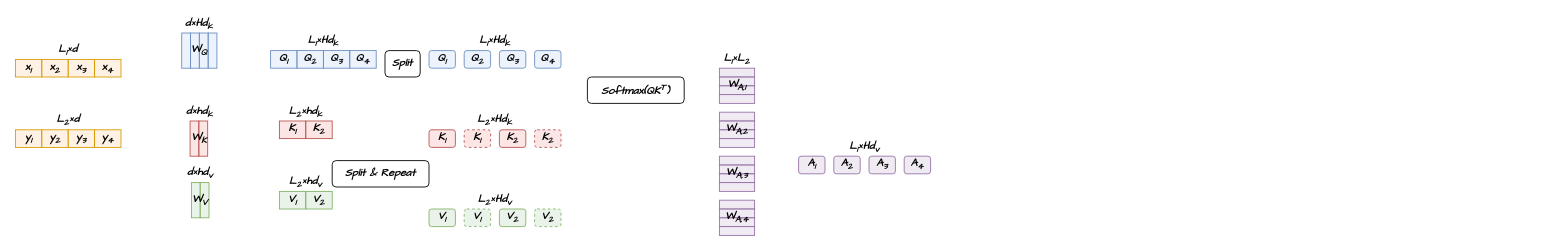
Before: page "第 2 页" (2 of 2) of 未命名绘图2.drawio in ZhangzeqingCN/api-project, a draw.io diagram. Source tidied: cells renumbered, new cells numbered last; positions are measured from the earlier drawing's top-left corner, leaving out a move shared by most shapes. Both pictures are drawn from the tidied source at 88%, with x=0, y=0 at pixel (15, 15).
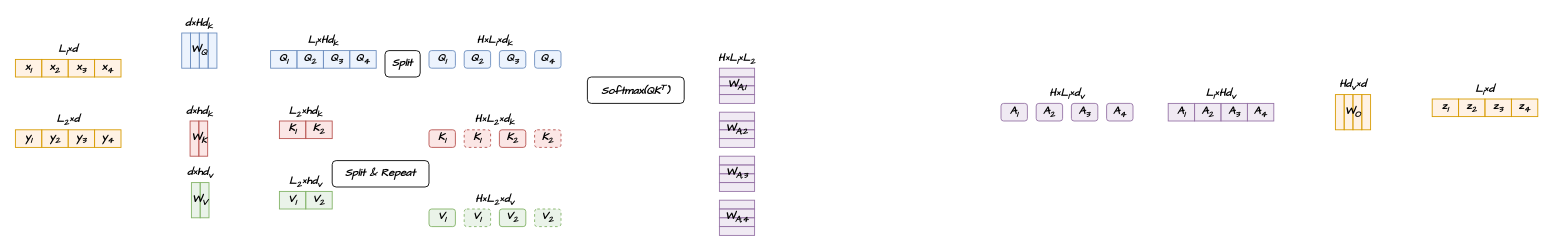
After the change.

Commit message (it also covers changes not shown here):
更新未命名绘图2.drawio

Unchanged cells that the change refers to:
```xml
<mxCell id="42" style="group;rounded=1;" parent="1" vertex="1">
  <mxGeometry x="470" y="20" width="150" height="40" as="geometry" />
</mxCell>
<mxCell id="48" style="group;rounded=1;" parent="1" vertex="1">
  <mxGeometry x="470" y="200" width="150" height="40" as="geometry" />
</mxCell>
<mxCell id="54" style="group;rounded=1;" parent="1" vertex="1">
  <mxGeometry x="470" y="110" width="150" height="40" as="geometry" />
</mxCell>
```

The edit, as a diff of the source:
```diff
@@
-    <mxCell id="47" value="&lt;font&gt;&lt;span&gt;&lt;span&gt;L&lt;sub&gt;1&lt;/sub&gt;×Hd&lt;sub&gt;k&lt;/sub&gt;&lt;/span&gt;&lt;/span&gt;&lt;/font&gt;" style="text;html=1;align=center;verticalAlign=middle;whiteSpace=wrap;rounded=1;fontFamily=Comic Sans MS;fontStyle=3;" parent="42" vertex="1">
+    <mxCell id="47" value="&lt;font&gt;H×&lt;span&gt;&lt;span&gt;L&lt;sub&gt;1&lt;/sub&gt;×&lt;/span&gt;&lt;/span&gt;&lt;span&gt;&lt;span&gt;d&lt;sub&gt;k&lt;/sub&gt;&lt;/span&gt;&lt;/span&gt;&lt;/font&gt;" style="text;html=1;align=center;verticalAlign=middle;whiteSpace=wrap;rounded=1;fontFamily=Comic Sans MS;fontStyle=3;" parent="42" vertex="1">
       <mxGeometry width="150" height="20" as="geometry" />
     </mxCell>
@@
-    <mxCell id="51" value="&lt;font&gt;&lt;span&gt;&lt;span&gt;L&lt;sub&gt;2&lt;/sub&gt;×Hd&lt;sub&gt;v&lt;/sub&gt;&lt;/span&gt;&lt;/span&gt;&lt;/font&gt;" style="text;html=1;align=center;verticalAlign=middle;whiteSpace=wrap;rounded=1;fontFamily=Comic Sans MS;fontStyle=3;" parent="48" vertex="1">
+    <mxCell id="51" value="&lt;font&gt;H×&lt;span&gt;&lt;span&gt;L&lt;sub&gt;2&lt;/sub&gt;×d&lt;sub&gt;v&lt;/sub&gt;&lt;/span&gt;&lt;/span&gt;&lt;/font&gt;" style="text;html=1;align=center;verticalAlign=middle;whiteSpace=wrap;rounded=1;fontFamily=Comic Sans MS;fontStyle=3;" parent="48" vertex="1">
       <mxGeometry width="150" height="20" as="geometry" />
     </mxCell>
@@
-    <mxCell id="57" value="&lt;font&gt;&lt;span&gt;&lt;span&gt;L&lt;sub&gt;2&lt;/sub&gt;×Hd&lt;sub&gt;k&lt;/sub&gt;&lt;/span&gt;&lt;/span&gt;&lt;/font&gt;" style="text;html=1;align=center;verticalAlign=middle;whiteSpace=wrap;rounded=1;fontFamily=Comic Sans MS;fontStyle=3;" parent="54" vertex="1">
+    <mxCell id="57" value="&lt;font&gt;H×&lt;span&gt;&lt;span&gt;L&lt;sub&gt;2&lt;/sub&gt;&lt;/span&gt;&lt;/span&gt;×&lt;span&gt;&lt;span&gt;d&lt;sub&gt;k&lt;/sub&gt;&lt;/span&gt;&lt;/span&gt;&lt;/font&gt;" style="text;html=1;align=center;verticalAlign=middle;whiteSpace=wrap;rounded=1;fontFamily=Comic Sans MS;fontStyle=3;" parent="54" vertex="1">
       <mxGeometry width="150" height="20" as="geometry" />
     </mxCell>
@@
-    <mxCell id="80" value="&lt;font&gt;&lt;span&gt;&lt;span&gt;L&lt;sub&gt;1&lt;/sub&gt;&lt;/span&gt;&lt;/span&gt;&lt;/font&gt;×L&lt;sub&gt;2&lt;/sub&gt;" style="text;html=1;align=center;verticalAlign=middle;whiteSpace=wrap;rounded=0;fontFamily=Comic Sans MS;fontStyle=3;" parent="1" vertex="1">
+    <mxCell id="80" value="&lt;font&gt;&lt;span&gt;&lt;span&gt;H&lt;/span&gt;&lt;/span&gt;×&lt;span&gt;&lt;span&gt;L&lt;sub&gt;1&lt;/sub&gt;&lt;/span&gt;&lt;/span&gt;&lt;/font&gt;×L&lt;sub&gt;2&lt;/sub&gt;" style="text;html=1;align=center;verticalAlign=middle;whiteSpace=wrap;rounded=0;fontFamily=Comic Sans MS;fontStyle=3;" parent="1" vertex="1">
       <mxGeometry x="800" y="40" width="40" height="20" as="geometry" />
     </mxCell>
+    <mxCell id="86" value="Split &amp;amp; Repeat" style="rounded=1;whiteSpace=wrap;html=1;fontFamily=Comic Sans MS;fontStyle=3;" parent="1" vertex="1">
+      <mxGeometry x="360" y="165" width="110" height="30" as="geometry" />
+    </mxCell>
+    <mxCell id="87" value="Split" style="rounded=1;whiteSpace=wrap;html=1;fontFamily=Comic Sans MS;fontStyle=3;" parent="1" vertex="1">
+      <mxGeometry x="420" y="40" width="40" height="30" as="geometry" />
+    </mxCell>
+    <mxCell id="88" value="&lt;font&gt;&lt;span&gt;&lt;span&gt;L&lt;sub&gt;2&lt;/sub&gt;×d&lt;/span&gt;&lt;/span&gt;&lt;/font&gt;" style="text;html=1;align=center;verticalAlign=middle;whiteSpace=wrap;rounded=0;fontFamily=Comic Sans MS;fontStyle=3;" parent="1" vertex="1">
+      <mxGeometry y="110" width="120" height="20" as="geometry" />
+    </mxCell>
+    <mxCell id="89" value="&lt;font&gt;&lt;span&gt;&lt;span&gt;L&lt;sub&gt;1&lt;/sub&gt;×d&lt;/span&gt;&lt;/span&gt;&lt;/font&gt;" style="text;html=1;align=center;verticalAlign=middle;whiteSpace=wrap;rounded=0;fontFamily=Comic Sans MS;fontStyle=3;" parent="1" vertex="1">
+      <mxGeometry y="30" width="120" height="20" as="geometry" />
+    </mxCell>
+    <mxCell id="90" style="group;" parent="1" vertex="1">
+      <mxGeometry x="1610" y="75" width="120" height="40" as="geometry" />
+    </mxCell>
+    <mxCell id="91" value="&lt;span&gt;&lt;span&gt;z&lt;sub&gt;1&lt;/sub&gt;&lt;/span&gt;&lt;/span&gt;" style="rounded=0;whiteSpace=wrap;html=1;rotation=0;fillColor=#ffe6cc;strokeColor=#d79b00;fillOpacity=50;fontFamily=Comic Sans MS;fontStyle=3;" parent="90" vertex="1">
+      <mxGeometry y="20" width="30" height="20" as="geometry" />
+    </mxCell>
+    <mxCell id="92" value="&lt;span&gt;&lt;span&gt;z&lt;sub&gt;2&lt;/sub&gt;&lt;/span&gt;&lt;/span&gt;" style="rounded=0;whiteSpace=wrap;html=1;rotation=0;fillColor=#ffe6cc;strokeColor=#d79b00;fillOpacity=50;fontFamily=Comic Sans MS;fontStyle=3;" parent="90" vertex="1">
+      <mxGeometry x="30" y="20" width="30" height="20" as="geometry" />
+    </mxCell>
+    <mxCell id="93" value="&lt;span&gt;&lt;span&gt;z&lt;sub&gt;3&lt;/sub&gt;&lt;/span&gt;&lt;/span&gt;" style="rounded=0;whiteSpace=wrap;html=1;rotation=0;fillColor=#ffe6cc;strokeColor=#d79b00;fillOpacity=50;fontFamily=Comic Sans MS;fontStyle=3;" parent="90" vertex="1">
+      <mxGeometry x="60" y="20" width="30" height="20" as="geometry" />
+    </mxCell>
+    <mxCell id="94" value="&lt;span&gt;&lt;span&gt;z&lt;sub&gt;4&lt;/sub&gt;&lt;/span&gt;&lt;/span&gt;" style="rounded=0;whiteSpace=wrap;html=1;rotation=0;fillColor=#ffe6cc;strokeColor=#d79b00;fillOpacity=50;fontFamily=Comic Sans MS;fontStyle=3;" parent="90" vertex="1">
+      <mxGeometry x="90" y="20" width="30" height="20" as="geometry" />
+    </mxCell>
+    <mxCell id="95" value="&lt;font&gt;&lt;span&gt;&lt;span&gt;L&lt;sub&gt;1&lt;/sub&gt;×d&lt;/span&gt;&lt;/span&gt;&lt;/font&gt;" style="text;html=1;align=center;verticalAlign=middle;whiteSpace=wrap;rounded=0;fontFamily=Comic Sans MS;fontStyle=3;" parent="90" vertex="1">
+      <mxGeometry width="120" height="20" as="geometry" />
+    </mxCell>
+    <mxCell id="96" style="group;" parent="1" vertex="1">
+      <mxGeometry x="1120" y="80" width="150" height="40" as="geometry" />
+    </mxCell>
-    <mxCell id="81" value="&lt;span&gt;&lt;span&gt;A&lt;sub&gt;1&lt;/sub&gt;&lt;/span&gt;&lt;/span&gt;" style="rounded=1;whiteSpace=wrap;html=1;rotation=0;fillColor=#e1d5e7;strokeColor=#9673a6;fillOpacity=50;fontFamily=Comic Sans MS;fontStyle=3;" parent="1" vertex="1">
-      <mxGeometry x="890" y="160" width="30" height="20" as="geometry" />
+    <mxCell id="81" value="&lt;span&gt;&lt;span&gt;A&lt;sub&gt;1&lt;/sub&gt;&lt;/span&gt;&lt;/span&gt;" style="rounded=1;whiteSpace=wrap;html=1;rotation=0;fillColor=#e1d5e7;strokeColor=#9673a6;fillOpacity=50;fontFamily=Comic Sans MS;fontStyle=3;" parent="96" vertex="1">
+      <mxGeometry y="20" width="30" height="20" as="geometry" />
     </mxCell>
-    <mxCell id="82" value="&lt;span&gt;&lt;span&gt;A&lt;sub&gt;2&lt;/sub&gt;&lt;/span&gt;&lt;/span&gt;" style="rounded=1;whiteSpace=wrap;html=1;rotation=0;fillColor=#e1d5e7;strokeColor=#9673a6;fillOpacity=50;fontFamily=Comic Sans MS;fontStyle=3;" parent="1" vertex="1">
-      <mxGeometry x="930" y="160" width="30" height="20" as="geometry" />
+    <mxCell id="82" value="&lt;span&gt;&lt;span&gt;A&lt;sub&gt;2&lt;/sub&gt;&lt;/span&gt;&lt;/span&gt;" style="rounded=1;whiteSpace=wrap;html=1;rotation=0;fillColor=#e1d5e7;strokeColor=#9673a6;fillOpacity=50;fontFamily=Comic Sans MS;fontStyle=3;" parent="96" vertex="1">
+      <mxGeometry x="40" y="20" width="30" height="20" as="geometry" />
     </mxCell>
-    <mxCell id="83" value="&lt;span&gt;&lt;span&gt;A&lt;sub&gt;3&lt;/sub&gt;&lt;/span&gt;&lt;/span&gt;" style="rounded=1;whiteSpace=wrap;html=1;rotation=0;fillColor=#e1d5e7;strokeColor=#9673a6;fillOpacity=50;fontFamily=Comic Sans MS;fontStyle=3;" parent="1" vertex="1">
-      <mxGeometry x="970" y="160" width="30" height="20" as="geometry" />
+    <mxCell id="83" value="&lt;span&gt;&lt;span&gt;A&lt;sub&gt;3&lt;/sub&gt;&lt;/span&gt;&lt;/span&gt;" style="rounded=1;whiteSpace=wrap;html=1;rotation=0;fillColor=#e1d5e7;strokeColor=#9673a6;fillOpacity=50;fontFamily=Comic Sans MS;fontStyle=3;" parent="96" vertex="1">
+      <mxGeometry x="80" y="20" width="30" height="20" as="geometry" />
     </mxCell>
-    <mxCell id="84" value="&lt;span&gt;&lt;span&gt;A&lt;sub&gt;4&lt;/sub&gt;&lt;/span&gt;&lt;/span&gt;" style="rounded=1;whiteSpace=wrap;html=1;rotation=0;fillColor=#e1d5e7;strokeColor=#9673a6;fillOpacity=50;fontFamily=Comic Sans MS;fontStyle=3;" parent="1" vertex="1">
-      <mxGeometry x="1010" y="160" width="30" height="20" as="geometry" />
+    <mxCell id="84" value="&lt;span&gt;&lt;span&gt;A&lt;sub&gt;4&lt;/sub&gt;&lt;/span&gt;&lt;/span&gt;" style="rounded=1;whiteSpace=wrap;html=1;rotation=0;fillColor=#e1d5e7;strokeColor=#9673a6;fillOpacity=50;fontFamily=Comic Sans MS;fontStyle=3;" parent="96" vertex="1">
+      <mxGeometry x="120" y="20" width="30" height="20" as="geometry" />
     </mxCell>
-    <mxCell id="85" value="&lt;font&gt;&lt;span&gt;&lt;span&gt;L&lt;sub&gt;1&lt;/sub&gt;×Hd&lt;sub&gt;v&lt;/sub&gt;&lt;/span&gt;&lt;/span&gt;&lt;/font&gt;" style="text;html=1;align=center;verticalAlign=middle;whiteSpace=wrap;rounded=1;fontFamily=Comic Sans MS;fontStyle=3;" parent="1" vertex="1">
-      <mxGeometry x="890" y="140" width="150" height="20" as="geometry" />
+    <mxCell id="85" value="&lt;font&gt;H×&lt;span&gt;&lt;span&gt;L&lt;sub&gt;1&lt;/sub&gt;×d&lt;sub&gt;v&lt;/sub&gt;&lt;/span&gt;&lt;/span&gt;&lt;/font&gt;" style="text;html=1;align=center;verticalAlign=middle;whiteSpace=wrap;rounded=1;fontFamily=Comic Sans MS;fontStyle=3;" parent="96" vertex="1">
+      <mxGeometry width="150" height="20" as="geometry" />
     </mxCell>
-    <mxCell id="86" value="Split &amp;amp; Repeat" style="rounded=1;whiteSpace=wrap;html=1;fontFamily=Comic Sans MS;fontStyle=3;" parent="1" vertex="1">
-      <mxGeometry x="360" y="165" width="110" height="30" as="geometry" />
-    </mxCell>
-    <mxCell id="87" value="Split" style="rounded=1;whiteSpace=wrap;html=1;fontFamily=Comic Sans MS;fontStyle=3;" parent="1" vertex="1">
-      <mxGeometry x="420" y="40" width="40" height="30" as="geometry" />
-    </mxCell>
-    <mxCell id="88" value="&lt;font&gt;&lt;span&gt;&lt;span&gt;L&lt;sub&gt;2&lt;/sub&gt;×d&lt;/span&gt;&lt;/span&gt;&lt;/font&gt;" style="text;html=1;align=center;verticalAlign=middle;whiteSpace=wrap;rounded=0;fontFamily=Comic Sans MS;fontStyle=3;" parent="1" vertex="1">
-      <mxGeometry y="110" width="120" height="20" as="geometry" />
-    </mxCell>
-    <mxCell id="89" value="&lt;font&gt;&lt;span&gt;&lt;span&gt;L&lt;sub&gt;1&lt;/sub&gt;×d&lt;/span&gt;&lt;/span&gt;&lt;/font&gt;" style="text;html=1;align=center;verticalAlign=middle;whiteSpace=wrap;rounded=0;fontFamily=Comic Sans MS;fontStyle=3;" parent="1" vertex="1">
-      <mxGeometry y="30" width="120" height="20" as="geometry" />
-    </mxCell>
+    <mxCell id="97" style="group;" parent="1" vertex="1">
+      <mxGeometry x="1310" y="80" width="120" height="40" as="geometry" />
+    </mxCell>
+    <mxCell id="98" value="&lt;span&gt;&lt;span&gt;A&lt;sub&gt;1&lt;/sub&gt;&lt;/span&gt;&lt;/span&gt;" style="rounded=0;whiteSpace=wrap;html=1;rotation=0;fillColor=#e1d5e7;strokeColor=#9673a6;fillOpacity=50;fontFamily=Comic Sans MS;fontStyle=3;" parent="97" vertex="1">
+      <mxGeometry y="20" width="30" height="20" as="geometry" />
+    </mxCell>
+    <mxCell id="99" value="&lt;span&gt;&lt;span&gt;A&lt;sub&gt;2&lt;/sub&gt;&lt;/span&gt;&lt;/span&gt;" style="rounded=0;whiteSpace=wrap;html=1;rotation=0;fillColor=#e1d5e7;strokeColor=#9673a6;fillOpacity=50;fontFamily=Comic Sans MS;fontStyle=3;" parent="97" vertex="1">
+      <mxGeometry x="30" y="20" width="30" height="20" as="geometry" />
+    </mxCell>
+    <mxCell id="100" value="&lt;span&gt;&lt;span&gt;A&lt;sub&gt;3&lt;/sub&gt;&lt;/span&gt;&lt;/span&gt;" style="rounded=0;whiteSpace=wrap;html=1;rotation=0;fillColor=#e1d5e7;strokeColor=#9673a6;fillOpacity=50;fontFamily=Comic Sans MS;fontStyle=3;" parent="97" vertex="1">
+      <mxGeometry x="60" y="20" width="30" height="20" as="geometry" />
+    </mxCell>
+    <mxCell id="101" value="&lt;span&gt;&lt;span&gt;A&lt;sub&gt;4&lt;/sub&gt;&lt;/span&gt;&lt;/span&gt;" style="rounded=0;whiteSpace=wrap;html=1;rotation=0;fillColor=#e1d5e7;strokeColor=#9673a6;fillOpacity=50;fontFamily=Comic Sans MS;fontStyle=3;" parent="97" vertex="1">
+      <mxGeometry x="90" y="20" width="30" height="20" as="geometry" />
+    </mxCell>
+    <mxCell id="102" value="&lt;font&gt;&lt;span&gt;&lt;span&gt;L&lt;sub&gt;1&lt;/sub&gt;×Hd&lt;sub&gt;v&lt;/sub&gt;&lt;/span&gt;&lt;/span&gt;&lt;/font&gt;" style="text;html=1;align=center;verticalAlign=middle;whiteSpace=wrap;rounded=1;fontFamily=Comic Sans MS;fontStyle=3;" parent="97" vertex="1">
+      <mxGeometry width="120" height="20" as="geometry" />
+    </mxCell>
+    <mxCell id="103" style="group;" parent="1" vertex="1">
+      <mxGeometry x="1500" y="70" width="40" height="60" as="geometry" />
+    </mxCell>
+    <mxCell id="104" value="&lt;font&gt;Hd&lt;sub&gt;v&lt;/sub&gt;×&lt;span&gt;&lt;span&gt;d&lt;/span&gt;&lt;/span&gt;&lt;/font&gt;" style="text;html=1;align=center;verticalAlign=middle;whiteSpace=wrap;rounded=0;fontFamily=Comic Sans MS;fontStyle=3;" parent="103" vertex="1">
+      <mxGeometry width="40" height="20" as="geometry" />
+    </mxCell>
+    <mxCell id="105" style="rounded=0;whiteSpace=wrap;html=1;rotation=0;fillColor=#ffe6cc;strokeColor=#d79b00;fillOpacity=50;fontSize=6;fontFamily=Comic Sans MS;fontStyle=3;" parent="103" vertex="1">
+      <mxGeometry y="20" width="10" height="40" as="geometry" />
+    </mxCell>
+    <mxCell id="106" style="rounded=0;whiteSpace=wrap;html=1;rotation=0;fillColor=#ffe6cc;strokeColor=#d79b00;fillOpacity=50;fontSize=6;fontFamily=Comic Sans MS;fontStyle=3;" parent="103" vertex="1">
+      <mxGeometry x="10" y="20" width="10" height="40" as="geometry" />
+    </mxCell>
+    <mxCell id="107" style="rounded=0;whiteSpace=wrap;html=1;rotation=0;fillColor=#ffe6cc;strokeColor=#d79b00;fillOpacity=50;fontSize=6;fontFamily=Comic Sans MS;fontStyle=3;" parent="103" vertex="1">
+      <mxGeometry x="30" y="20" width="10" height="40" as="geometry" />
+    </mxCell>
+    <mxCell id="108" style="rounded=0;whiteSpace=wrap;html=1;rotation=0;fillColor=#ffe6cc;strokeColor=#d79b00;fillOpacity=50;fontSize=6;fontFamily=Comic Sans MS;fontStyle=3;" parent="103" vertex="1">
+      <mxGeometry x="20" y="20" width="10" height="40" as="geometry" />
+    </mxCell>
+    <mxCell id="109" value="&lt;span&gt;&lt;span&gt;&lt;font&gt;W&lt;sub&gt;O&lt;/sub&gt;&lt;/font&gt;&lt;/span&gt;&lt;/span&gt;" style="text;html=1;align=center;verticalAlign=middle;whiteSpace=wrap;rounded=0;fontFamily=Comic Sans MS;fontStyle=3;" parent="103" vertex="1">
+      <mxGeometry x="10" y="30" width="20" height="20" as="geometry" />
+    </mxCell>
```
